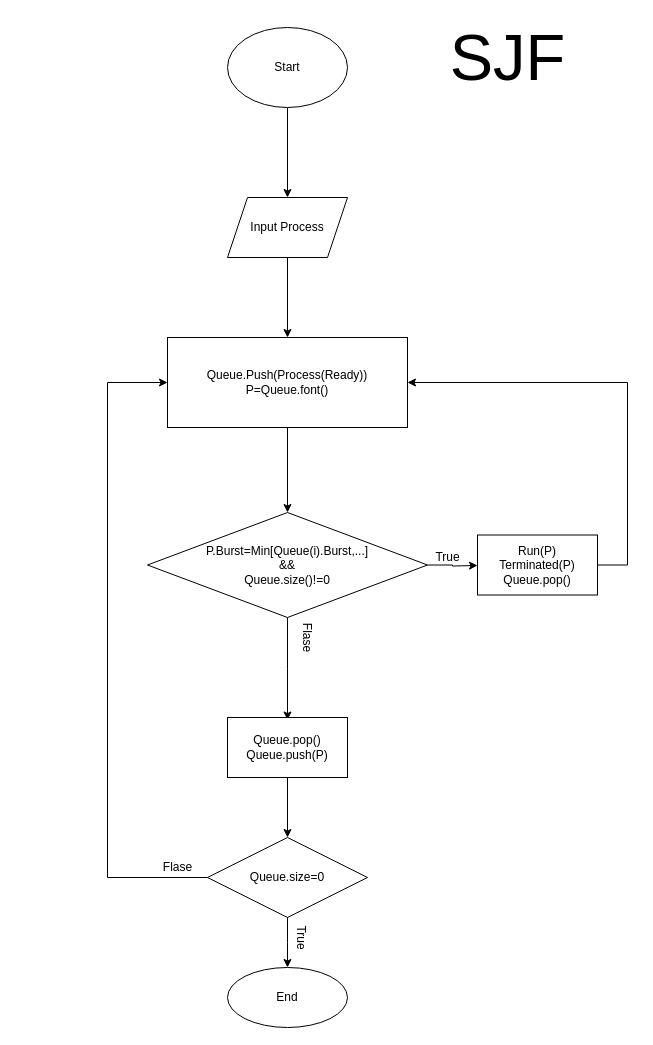
This is SJF.drawio from SuperRightHand/SuperRightHand, a draw.io file, before an edit. Source tidied: cells renumbered, new cells numbered last; positions are measured from the earlier drawing's top-left corner, leaving out a move shared by most shapes. Both pictures are drawn from the tidied source at 100%, with x=0, y=0 at pixel (107, 17).
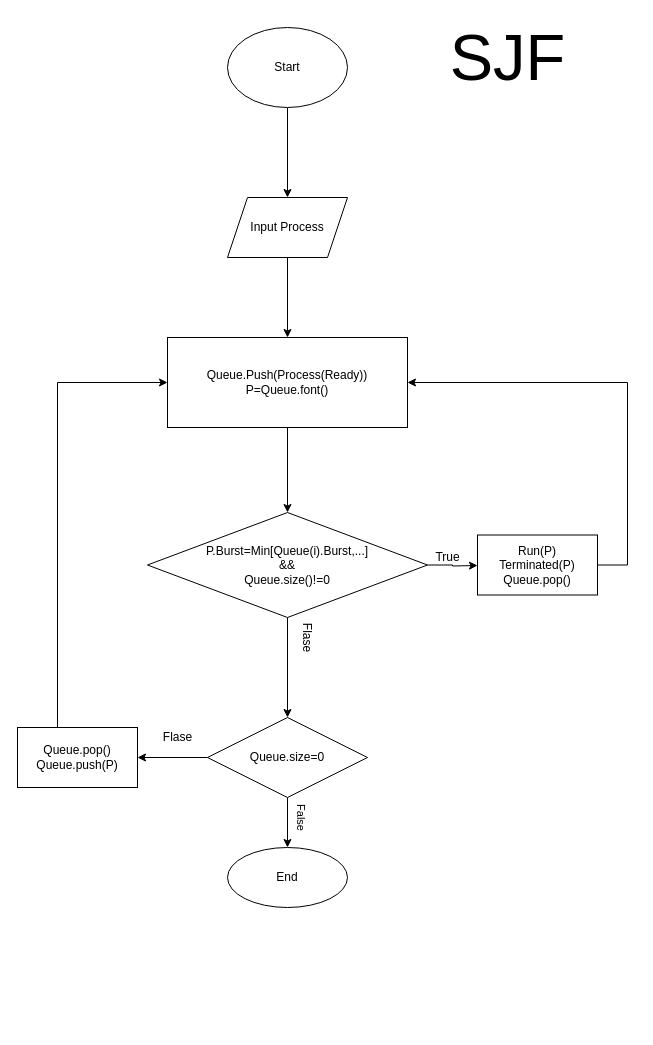
After the change.

The change refers to these unchanged cells:
```xml
<mxCell id="7" value="Queue.Push(Process(Ready))&lt;br&gt;P=Queue.font()" style="whiteSpace=wrap;html=1;" parent="1" vertex="1">
  <mxGeometry x="60" y="320" width="240" height="90" as="geometry" />
</mxCell>
<mxCell id="10" value="P.Burst=Min[Queue(i).Burst,...]&lt;br&gt;&amp;amp;&amp;amp;&lt;br&gt;Queue.size()!=0" style="rhombus;whiteSpace=wrap;html=1;" parent="1" vertex="1">
  <mxGeometry x="40" y="495" width="280" height="105" as="geometry" />
</mxCell>
```

Diff of the diagram source:
```diff
@@
-    <mxCell id="9" style="edgeStyle=orthogonalEdgeStyle;rounded=0;jettySize=auto;html=1;" parent="1" edge="1" source="10">
-      <mxGeometry relative="1" as="geometry">
-        <mxPoint x="180" y="702.5" as="targetPoint" />
-      </mxGeometry>
-    </mxCell>
+    <mxCell id="24" style="edgeStyle=orthogonalEdgeStyle;rounded=0;jettySize=auto;html=1;entryX=0.5;entryY=0;entryDx=0;entryDy=0;fontSize=11;" parent="1" edge="1" source="10" target="16">
+      <mxGeometry relative="1" as="geometry" />
+    </mxCell>
@@
-    <mxCell id="14" style="edgeStyle=orthogonalEdgeStyle;rounded=0;jettySize=auto;html=1;" parent="1" edge="1" source="16">
-      <mxGeometry relative="1" as="geometry">
-        <mxPoint x="180" y="950" as="targetPoint" />
-      </mxGeometry>
-    </mxCell>
-    <mxCell id="15" style="edgeStyle=orthogonalEdgeStyle;rounded=0;jettySize=auto;html=1;entryX=0;entryY=0.5;entryDx=0;entryDy=0;" parent="1" edge="1" source="16" target="7">
-      <mxGeometry relative="1" as="geometry">
-        <Array as="points">
-          <mxPoint y="860" />
-          <mxPoint y="365" />
-        </Array>
-      </mxGeometry>
-    </mxCell>
+    <mxCell id="25" style="edgeStyle=orthogonalEdgeStyle;rounded=0;jettySize=auto;html=1;entryX=0.5;entryY=0;entryDx=0;entryDy=0;fontSize=11;" parent="1" edge="1" source="16" target="17">
+      <mxGeometry relative="1" as="geometry" />
+    </mxCell>
+    <mxCell id="26" style="edgeStyle=orthogonalEdgeStyle;rounded=0;jettySize=auto;html=1;entryX=1;entryY=0.5;entryDx=0;entryDy=0;fontSize=11;" parent="1" edge="1" source="16" target="21">
+      <mxGeometry relative="1" as="geometry" />
+    </mxCell>
     <mxCell id="16" value="Queue.size=0" style="rhombus;whiteSpace=wrap;html=1;" parent="1" vertex="1">
-      <mxGeometry x="100" y="820" width="160" height="80" as="geometry" />
+      <mxGeometry x="100" y="700" width="160" height="80" as="geometry" />
     </mxCell>
-    <mxCell id="17" value="End" style="ellipse;whiteSpace=wrap;html=1;" parent="1" vertex="1">
-      <mxGeometry x="120" y="950" width="120" height="60" as="geometry" />
-    </mxCell>
-    <mxCell id="18" value="True" style="text;html=1;align=center;verticalAlign=middle;strokeColor=none;fillColor=none;rotation=90;" parent="1" vertex="1">
-      <mxGeometry x="174" y="910" width="40" height="20" as="geometry" />
-    </mxCell>
@@
-    <mxCell id="20" style="edgeStyle=orthogonalEdgeStyle;rounded=0;jettySize=auto;html=1;entryX=0.5;entryY=0;entryDx=0;entryDy=0;" parent="1" edge="1" source="21" target="16">
-      <mxGeometry relative="1" as="geometry" />
-    </mxCell>
+    <mxCell id="27" style="edgeStyle=orthogonalEdgeStyle;rounded=0;jettySize=auto;html=1;entryX=0;entryY=0.5;entryDx=0;entryDy=0;fontSize=11;" parent="1" edge="1" source="21" target="7">
+      <mxGeometry relative="1" as="geometry">
+        <Array as="points">
+          <mxPoint x="-50" y="365" />
+        </Array>
+      </mxGeometry>
+    </mxCell>
     <mxCell id="21" value="Queue.pop()&lt;br&gt;Queue.push(P)" style="whiteSpace=wrap;html=1;" parent="1" vertex="1">
-      <mxGeometry x="120" y="700" width="120" height="60" as="geometry" />
+      <mxGeometry x="-90" y="710" width="120" height="60" as="geometry" />
     </mxCell>
     <mxCell id="22" value="Flase" style="text;html=1;align=center;verticalAlign=middle;strokeColor=none;fillColor=none;" parent="1" vertex="1">
-      <mxGeometry x="50" y="840" width="40" height="20" as="geometry" />
+      <mxGeometry x="50" y="710" width="40" height="20" as="geometry" />
     </mxCell>
@@
+    <mxCell id="17" value="End" style="ellipse;whiteSpace=wrap;html=1;" parent="1" vertex="1">
+      <mxGeometry x="120" y="830" width="120" height="60" as="geometry" />
+    </mxCell>
+    <mxCell id="28" value="False" style="text;html=1;align=center;verticalAlign=middle;strokeColor=none;fillColor=none;fontSize=11;rotation=90;" parent="1" vertex="1">
+      <mxGeometry x="174" y="790" width="40" height="20" as="geometry" />
+    </mxCell>
```
